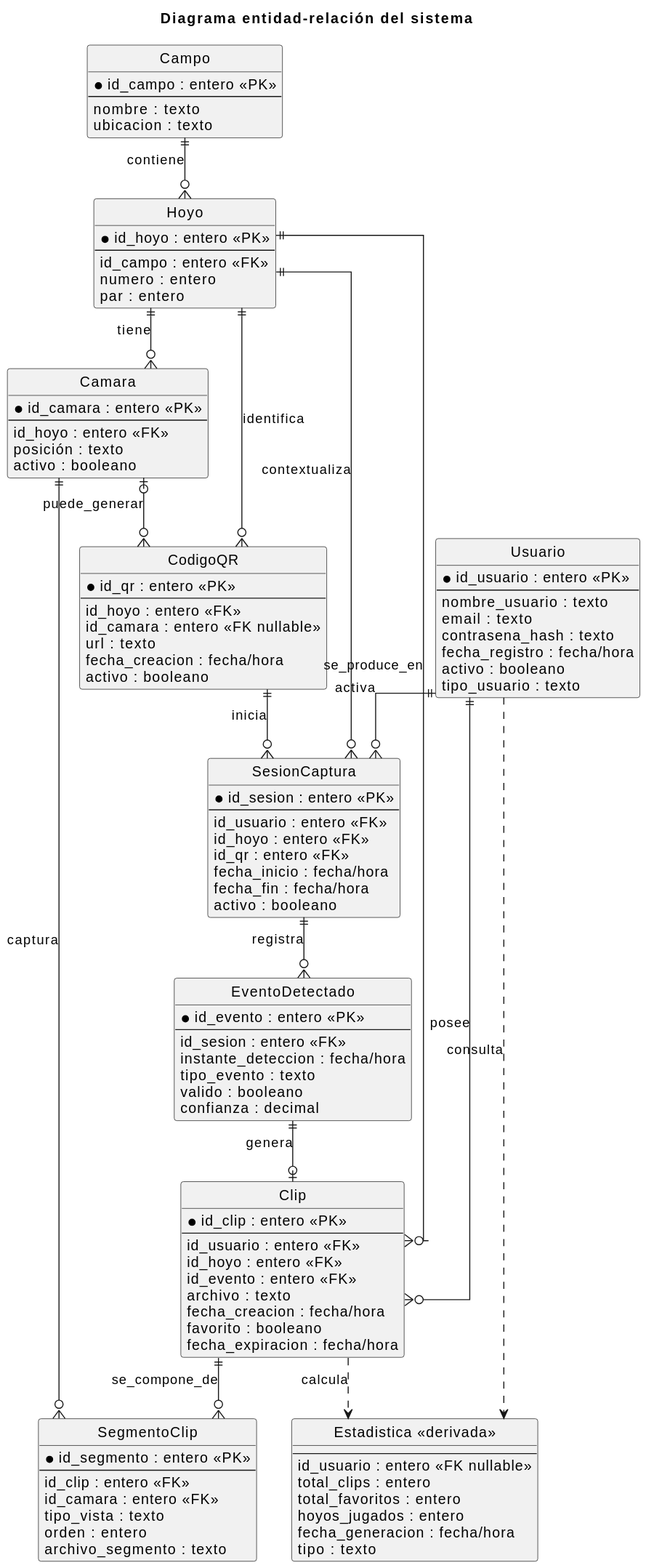
Above: documentacion/imagenes/entidadRelacion.svg in anibalbg/presentacionTFG (PlantUML), before the change. The source it was exported from:
```plantuml
@startuml
title Diagrama entidad-relación del sistema

skinparam shadowing false
skinparam linetype ortho
hide circle

entity "Usuario" as Usuario {
  * id_usuario : entero <<PK>>
  --
  nombre_usuario : texto
  email : texto
  contrasena_hash : texto
  fecha_registro : fecha/hora
  activo : booleano
  tipo_usuario : texto
}

entity "Campo" as Campo {
  * id_campo : entero <<PK>>
  --
  nombre : texto
  ubicacion : texto
}

entity "Hoyo" as Hoyo {
  * id_hoyo : entero <<PK>>
  --
  id_campo : entero <<FK>>
  numero : entero
  par : entero
}

entity "Camara" as Camara {
  * id_camara : entero <<PK>>
  --
  id_hoyo : entero <<FK>>
  posición : texto
  activo : booleano
}

entity "CodigoQR" as CodigoQR {
  * id_qr : entero <<PK>>
  --
  id_hoyo : entero <<FK>>
  id_camara : entero <<FK nullable>>
  url : texto
  fecha_creacion : fecha/hora
  activo : booleano
}

entity "SesionCaptura" as SesionCaptura {
  * id_sesion : entero <<PK>>
  --
  id_usuario : entero <<FK>>
  id_hoyo : entero <<FK>>
  id_qr : entero <<FK>>
  fecha_inicio : fecha/hora
  fecha_fin : fecha/hora
  activo : booleano
}

entity "EventoDetectado" as EventoDetectado {
  * id_evento : entero <<PK>>
  --
  id_sesion : entero <<FK>>
  instante_deteccion : fecha/hora
  tipo_evento : texto
  valido : booleano
  confianza : decimal
}

entity "Clip" as Clip {
  * id_clip : entero <<PK>>
  --
  id_usuario : entero <<FK>>
  id_hoyo : entero <<FK>>
  id_evento : entero <<FK>>
  archivo : texto
  fecha_creacion : fecha/hora
  favorito : booleano
  fecha_expiracion : fecha/hora
}

entity "SegmentoClip" as SegmentoClip {
  * id_segmento : entero <<PK>>
  --
  id_clip : entero <<FK>>
  id_camara : entero <<FK>>
  tipo_vista : texto
  orden : entero
  archivo_segmento : texto
}

entity "Estadistica <<derivada>>" as Estadistica {
  --
  id_usuario : entero <<FK nullable>>
  total_clips : entero
  total_favoritos : entero
  hoyos_jugados : entero
  fecha_generacion : fecha/hora
  tipo : texto
}

Campo ||--o{ Hoyo : contiene

Hoyo ||--o{ Camara : tiene
Hoyo ||--o{ CodigoQR : identifica

Camara |o--o{ CodigoQR : puede_generar

Usuario ||--o{ SesionCaptura : activa
Hoyo ||--o{ SesionCaptura : contextualiza
CodigoQR ||--o{ SesionCaptura : inicia

SesionCaptura ||--o{ EventoDetectado : registra
EventoDetectado ||--o| Clip : genera

Usuario ||--o{ Clip : posee
Hoyo ||--o{ Clip : se_produce_en

Clip ||--o{ SegmentoClip : se_compone_de
Camara ||--o{ SegmentoClip : captura

Usuario ..> Estadistica : consulta
Clip ..> Estadistica : calcula
@enduml
```
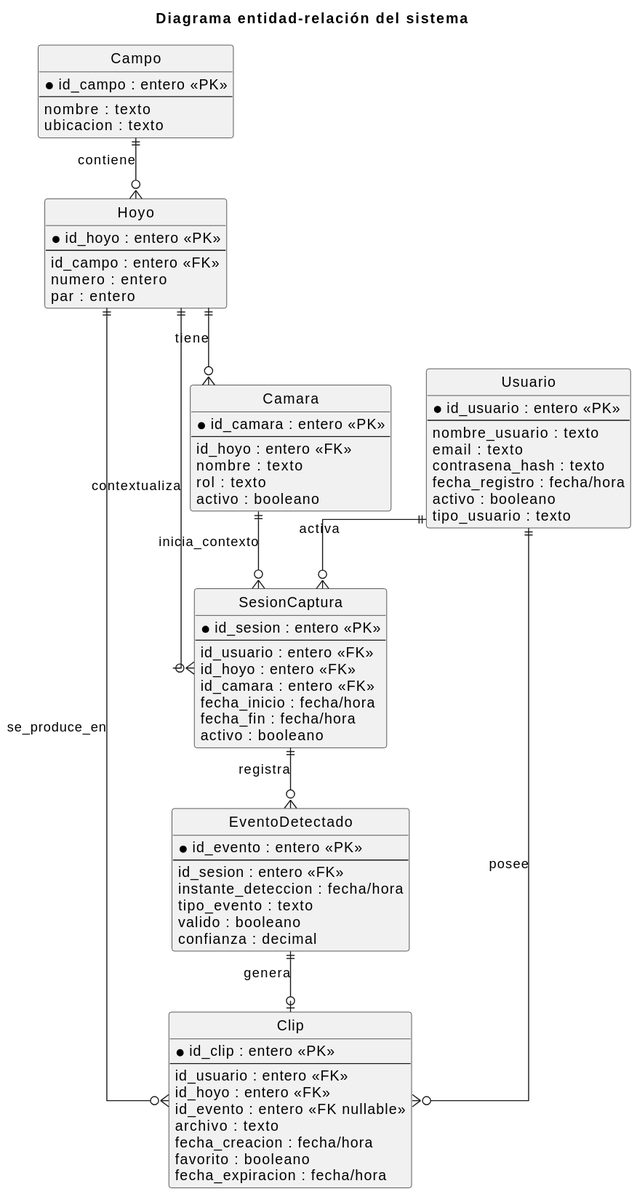
The same file after the commit.

What changed in the source:
```diff
@@ -5,16 +5,7 @@
 skinparam linetype ortho
 hide circle
 
-entity "Usuario" as Usuario {
-  * id_usuario : entero <<PK>>
-  --
-  nombre_usuario : texto
-  email : texto
-  contrasena_hash : texto
-  fecha_registro : fecha/hora
-  activo : booleano
-  tipo_usuario : texto
-}
+top to bottom direction
 
 entity "Campo" as Campo {
   * id_campo : entero <<PK>>
@@ -35,18 +26,20 @@
   * id_camara : entero <<PK>>
   --
   id_hoyo : entero <<FK>>
-  posición : texto
+  nombre : texto
+  rol : texto
   activo : booleano
 }
 
-entity "CodigoQR" as CodigoQR {
-  * id_qr : entero <<PK>>
+entity "Usuario" as Usuario {
+  * id_usuario : entero <<PK>>
   --
-  id_hoyo : entero <<FK>>
-  id_camara : entero <<FK nullable>>
-  url : texto
-  fecha_creacion : fecha/hora
+  nombre_usuario : texto
+  email : texto
+  contrasena_hash : texto
+  fecha_registro : fecha/hora
   activo : booleano
+  tipo_usuario : texto
 }
 
 entity "SesionCaptura" as SesionCaptura {
@@ -54,7 +47,7 @@
   --
   id_usuario : entero <<FK>>
   id_hoyo : entero <<FK>>
-  id_qr : entero <<FK>>
+  id_camara : entero <<FK>>
   fecha_inicio : fecha/hora
   fecha_fin : fecha/hora
   activo : booleano
@@ -75,53 +68,25 @@
   --
   id_usuario : entero <<FK>>
   id_hoyo : entero <<FK>>
-  id_evento : entero <<FK>>
+  id_evento : entero <<FK nullable>>
   archivo : texto
   fecha_creacion : fecha/hora
   favorito : booleano
   fecha_expiracion : fecha/hora
 }
 
-entity "SegmentoClip" as SegmentoClip {
-  * id_segmento : entero <<PK>>
-  --
-  id_clip : entero <<FK>>
-  id_camara : entero <<FK>>
-  tipo_vista : texto
-  orden : entero
-  archivo_segmento : texto
-}
-
-entity "Estadistica <<derivada>>" as Estadistica {
-  --
-  id_usuario : entero <<FK nullable>>
-  total_clips : entero
-  total_favoritos : entero
-  hoyos_jugados : entero
-  fecha_generacion : fecha/hora
-  tipo : texto
-}
-
 Campo ||--o{ Hoyo : contiene
 
 Hoyo ||--o{ Camara : tiene
-Hoyo ||--o{ CodigoQR : identifica
+Hoyo ||--o{ SesionCaptura : contextualiza
+Hoyo ||--o{ Clip : se_produce_en
 
-Camara |o--o{ CodigoQR : puede_generar
+Camara ||--o{ SesionCaptura : inicia_contexto
 
 Usuario ||--o{ SesionCaptura : activa
-Hoyo ||--o{ SesionCaptura : contextualiza
-CodigoQR ||--o{ SesionCaptura : inicia
+Usuario ||--o{ Clip : posee
 
 SesionCaptura ||--o{ EventoDetectado : registra
+
 EventoDetectado ||--o| Clip : genera
-
-Usuario ||--o{ Clip : posee
-Hoyo ||--o{ Clip : se_produce_en
-
-Clip ||--o{ SegmentoClip : se_compone_de
-Camara ||--o{ SegmentoClip : captura
-
-Usuario ..> Estadistica : consulta
-Clip ..> Estadistica : calcula
 @enduml
```
